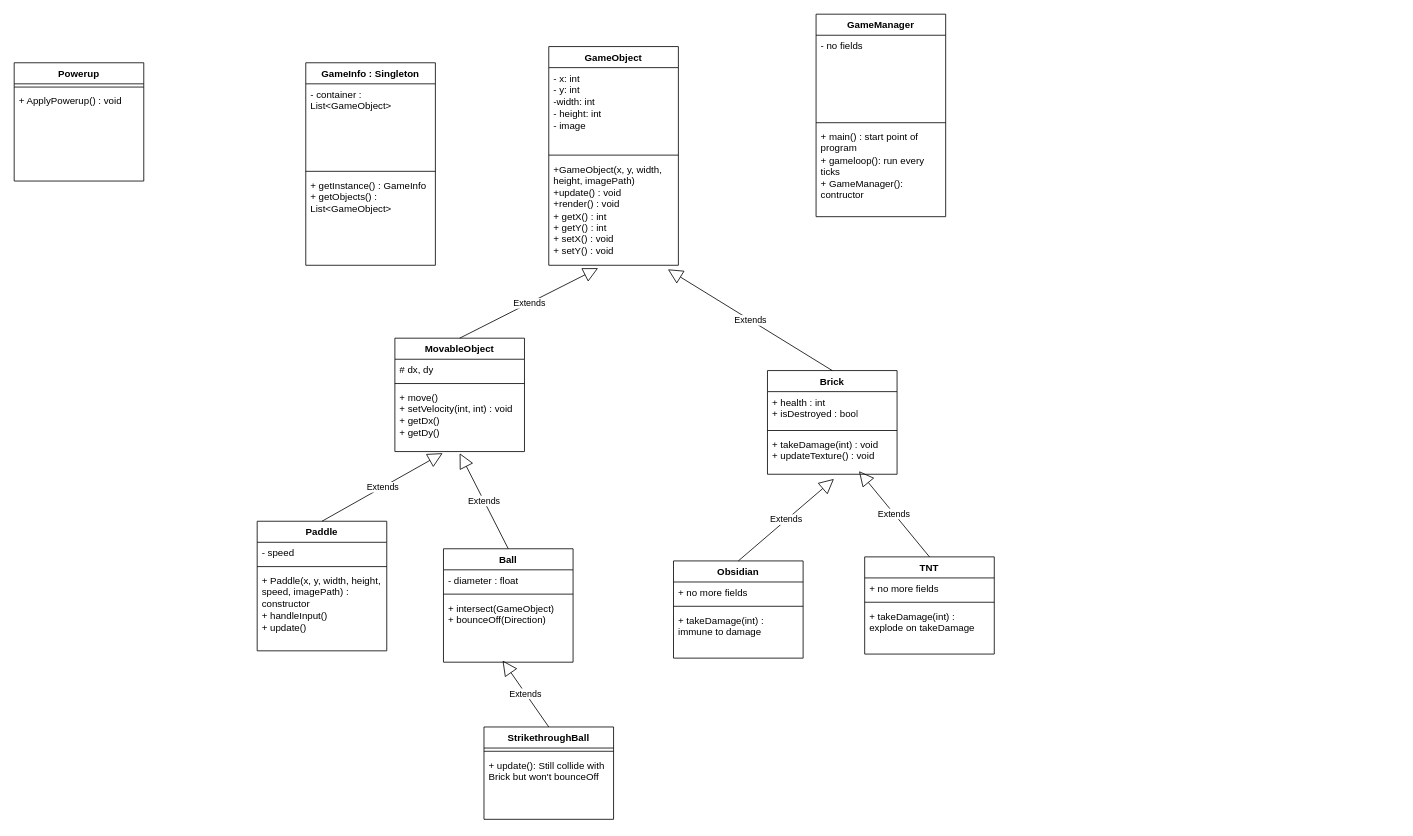
Above: Arkanoid.drawio in Binhbocnc1234/Arkanoid---Evolution- (draw.io), before the change. Source tidied: cells renumbered, new cells numbered last; positions are measured from the earlier drawing's top-left corner, leaving out a move shared by most shapes. Both pictures are drawn from the tidied source at 81%, with x=0, y=0 at pixel (14, 14).
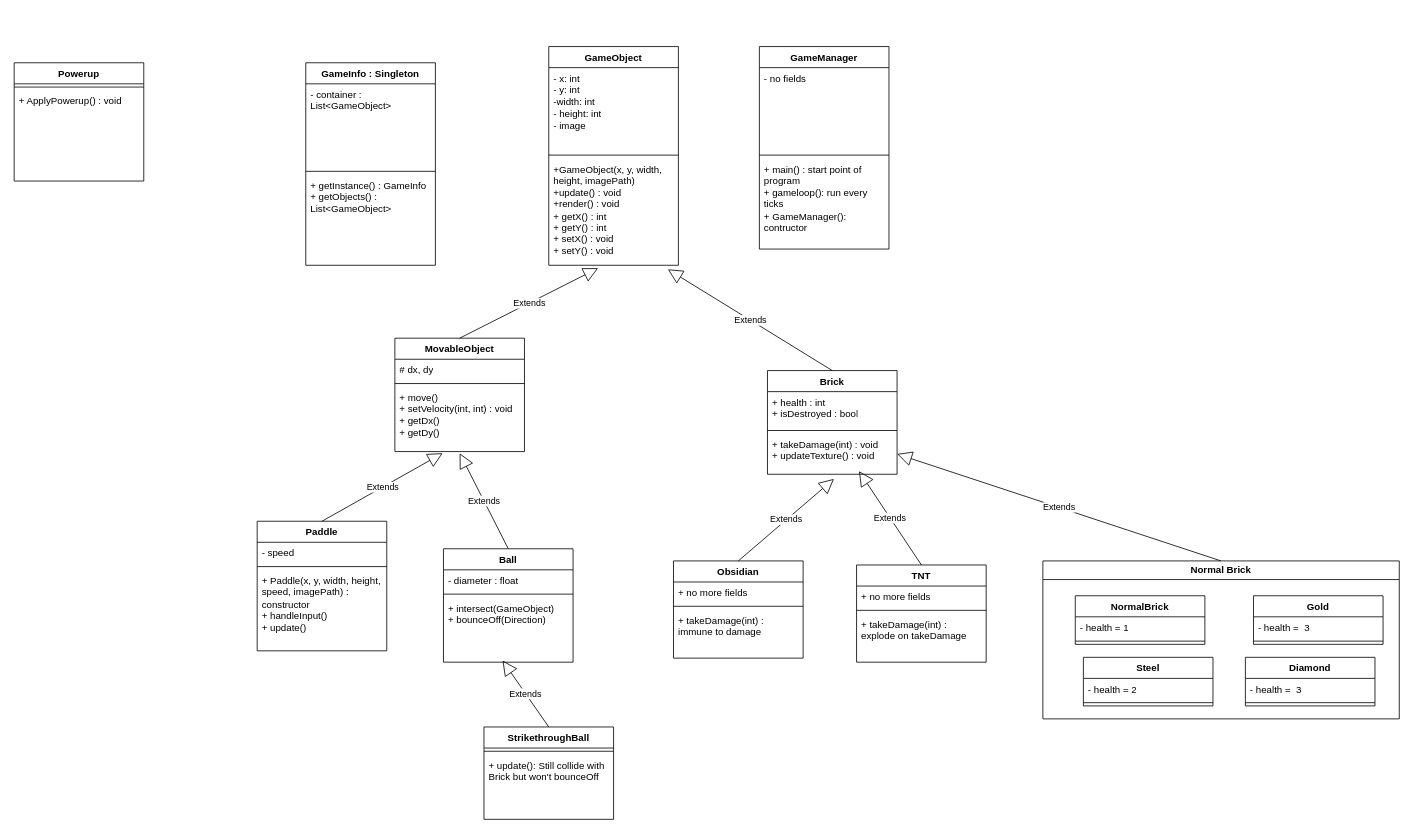
The same diagram, later.

Unchanged cells that the change refers to:
```xml
<mxCell id="18" value="+ takeDamage(int) : void&lt;br&gt;+ updateTexture() : void" style="text;strokeColor=none;fillColor=none;align=left;verticalAlign=top;spacingLeft=4;spacingRight=4;overflow=hidden;points=[[0,0.5],[1,0.5]];portConstraint=eastwest;whiteSpace=wrap;html=1;" parent="15" vertex="1">
  <mxGeometry y="78" width="160" height="50" as="geometry" />
</mxCell>
```

The edit, as a diff of the source:
```diff
@@
     <mxCell id="25" value="&lt;div&gt;TNT&lt;/div&gt;" style="swimlane;fontStyle=1;align=center;verticalAlign=top;horizontal=1;startSize=26;whiteSpace=wrap;html=1;" parent="1" vertex="1">
-      <mxGeometry x="1050" y="670" width="160" height="120" as="geometry" />
+      <mxGeometry x="1040" y="680" width="160" height="120" as="geometry" />
     </mxCell>
@@
     <mxCell id="36" value="GameManager" style="swimlane;fontStyle=1;align=center;verticalAlign=top;horizontal=1;startSize=26;whiteSpace=wrap;html=1;" parent="1" vertex="1">
-      <mxGeometry x="990" width="160" height="250" as="geometry" />
+      <mxGeometry x="920" y="40" width="160" height="250" as="geometry" />
     </mxCell>
@@
+    <mxCell id="51" value="Extends" style="endArrow=block;endSize=16;endFill=0;html=1;rounded=0;exitX=0.5;exitY=0;exitDx=0;exitDy=0;entryX=1;entryY=0.5;entryDx=0;entryDy=0;" parent="1" edge="1" source="52" target="18">
+      <mxGeometry relative="1" as="geometry" />
+    </mxCell>
+    <mxCell id="52" value="Normal Brick" style="swimlane;whiteSpace=wrap;html=1;" parent="1" vertex="1">
+      <mxGeometry x="1270" y="675" width="440" height="195" as="geometry" />
+    </mxCell>
+    <mxCell id="53" value="&lt;div&gt;NormalBrick&lt;/div&gt;" style="swimlane;fontStyle=1;align=center;verticalAlign=top;horizontal=1;startSize=26;whiteSpace=wrap;html=1;" parent="52" vertex="1">
+      <mxGeometry x="40" y="43" width="160" height="60" as="geometry" />
+    </mxCell>
+    <mxCell id="54" value="- health = 1" style="text;strokeColor=none;fillColor=none;align=left;verticalAlign=top;spacingLeft=4;spacingRight=4;overflow=hidden;whiteSpace=wrap;html=1;" parent="53" vertex="1">
+      <mxGeometry y="26" width="160" height="26" as="geometry" />
+    </mxCell>
+    <mxCell id="55" style="line;strokeWidth=1;fillColor=none;align=left;verticalAlign=middle;spacingTop=-1;spacingLeft=3;spacingRight=3;labelPosition=right;strokeColor=inherit;" parent="53" vertex="1">
+      <mxGeometry y="52" width="160" height="8" as="geometry" />
+    </mxCell>
+    <mxCell id="56" value="&lt;div&gt;Steel&lt;/div&gt;" style="swimlane;fontStyle=1;align=center;verticalAlign=top;horizontal=1;startSize=26;whiteSpace=wrap;html=1;" parent="52" vertex="1">
+      <mxGeometry x="50" y="119" width="160" height="60" as="geometry" />
+    </mxCell>
+    <mxCell id="57" value="- health = 2" style="text;strokeColor=none;fillColor=none;align=left;verticalAlign=top;spacingLeft=4;spacingRight=4;overflow=hidden;whiteSpace=wrap;html=1;" parent="56" vertex="1">
+      <mxGeometry y="26" width="160" height="26" as="geometry" />
+    </mxCell>
+    <mxCell id="58" style="line;strokeWidth=1;fillColor=none;align=left;verticalAlign=middle;spacingTop=-1;spacingLeft=3;spacingRight=3;labelPosition=right;strokeColor=inherit;" parent="56" vertex="1">
+      <mxGeometry y="52" width="160" height="8" as="geometry" />
+    </mxCell>
+    <mxCell id="59" value="&lt;div&gt;Gold&lt;/div&gt;" style="swimlane;fontStyle=1;align=center;verticalAlign=top;horizontal=1;startSize=26;whiteSpace=wrap;html=1;" parent="52" vertex="1">
+      <mxGeometry x="260" y="43" width="160" height="60" as="geometry" />
+    </mxCell>
+    <mxCell id="60" value="- health =&amp;nbsp; 3" style="text;strokeColor=none;fillColor=none;align=left;verticalAlign=top;spacingLeft=4;spacingRight=4;overflow=hidden;whiteSpace=wrap;html=1;" parent="59" vertex="1">
+      <mxGeometry y="26" width="160" height="26" as="geometry" />
+    </mxCell>
+    <mxCell id="61" style="line;strokeWidth=1;fillColor=none;align=left;verticalAlign=middle;spacingTop=-1;spacingLeft=3;spacingRight=3;labelPosition=right;strokeColor=inherit;" parent="59" vertex="1">
+      <mxGeometry y="52" width="160" height="8" as="geometry" />
+    </mxCell>
+    <mxCell id="62" value="&lt;div&gt;Diamond&lt;/div&gt;" style="swimlane;fontStyle=1;align=center;verticalAlign=top;horizontal=1;startSize=26;whiteSpace=wrap;html=1;" parent="52" vertex="1">
+      <mxGeometry x="250" y="119" width="160" height="60" as="geometry" />
+    </mxCell>
+    <mxCell id="63" value="- health =&amp;nbsp; 3" style="text;strokeColor=none;fillColor=none;align=left;verticalAlign=top;spacingLeft=4;spacingRight=4;overflow=hidden;whiteSpace=wrap;html=1;" parent="62" vertex="1">
+      <mxGeometry y="26" width="160" height="26" as="geometry" />
+    </mxCell>
+    <mxCell id="64" style="line;strokeWidth=1;fillColor=none;align=left;verticalAlign=middle;spacingTop=-1;spacingLeft=3;spacingRight=3;labelPosition=right;strokeColor=inherit;" parent="62" vertex="1">
+      <mxGeometry y="52" width="160" height="8" as="geometry" />
+    </mxCell>
```
